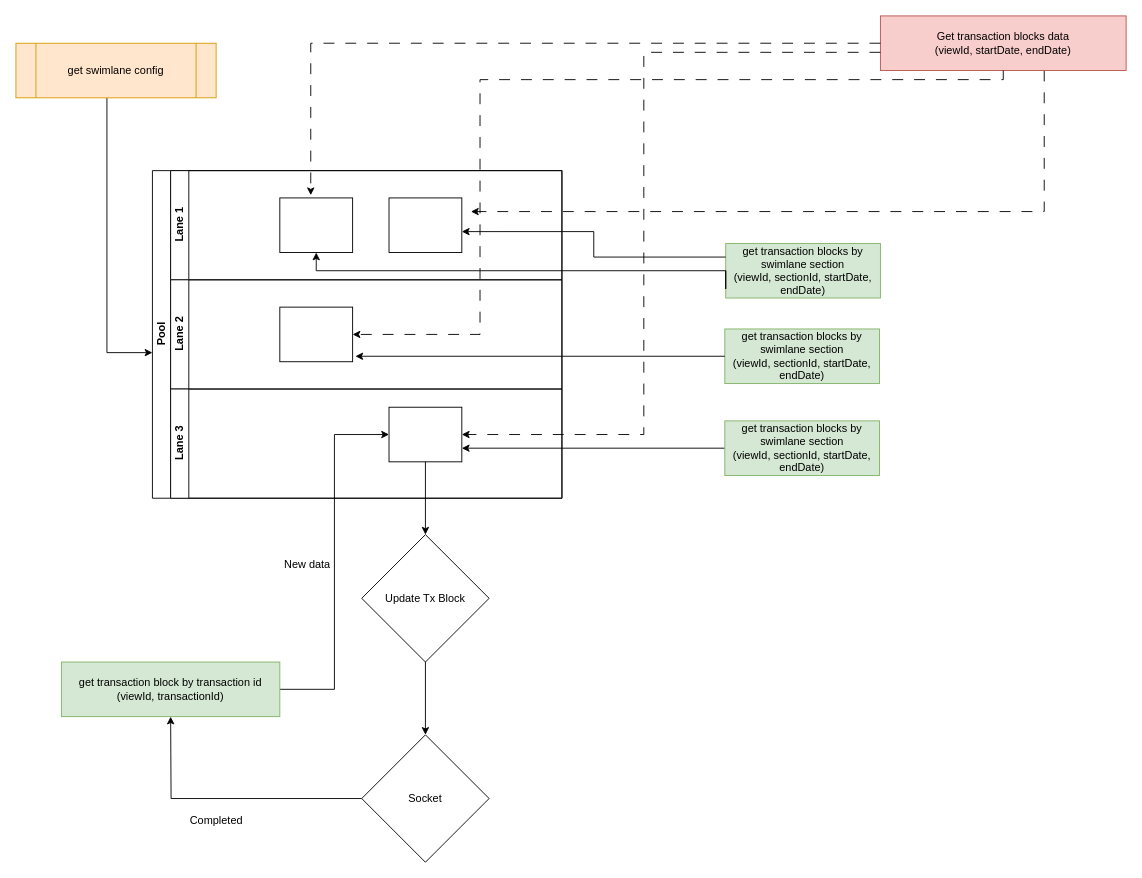
The draw.io diagram Biểu đồ không có tiêu đề.drawio in iambinhnpt/iambinhnpt, before the edit. Source tidied: cells renumbered, new cells numbered last; positions are measured from the earlier drawing's top-left corner, leaving out a move shared by most shapes. Both pictures are drawn from the tidied source at 91%, with x=0, y=0 at pixel (15, 15).
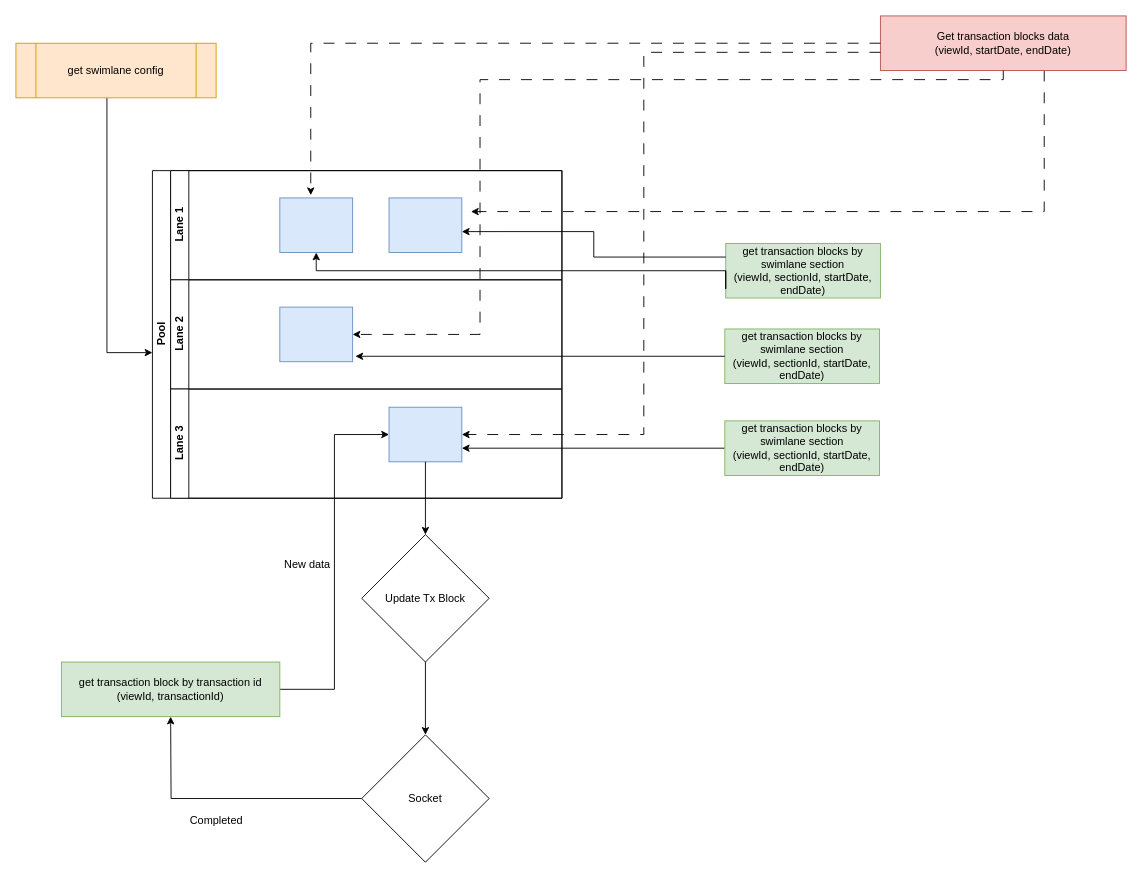
After the change.

Commit message:
Cập nhật Biểu đồ không có tiêu đề.drawio

The change refers to these unchanged cells:
```xml
<mxCell id="3" value="Lane 1" style="swimlane;html=1;startSize=20;horizontal=0;" parent="2" vertex="1">
  <mxGeometry x="20" width="430" height="120" as="geometry" />
</mxCell>
<mxCell id="6" value="Lane 2" style="swimlane;html=1;startSize=20;horizontal=0;" parent="2" vertex="1">
  <mxGeometry x="20" y="120" width="430" height="120" as="geometry" />
</mxCell>
<mxCell id="8" value="Lane 3" style="swimlane;html=1;startSize=20;horizontal=0;" parent="2" vertex="1">
  <mxGeometry x="20" y="240" width="430" height="120" as="geometry" />
</mxCell>
```

Change to the diagram source:
```diff
@@
-    <mxCell id="4" style="rounded=0;whiteSpace=wrap;html=1;fontFamily=Helvetica;fontSize=12;fontColor=#000000;align=center;" parent="3" vertex="1">
+    <mxCell id="4" style="rounded=0;whiteSpace=wrap;html=1;fontFamily=Helvetica;fontSize=12;align=center;fillColor=#dae8fc;strokeColor=#6c8ebf;" parent="3" vertex="1">
       <mxGeometry x="120" y="30" width="80" height="60" as="geometry" />
     </mxCell>
-    <mxCell id="5" style="rounded=0;whiteSpace=wrap;html=1;fontFamily=Helvetica;fontSize=12;fontColor=#000000;align=center;" parent="3" vertex="1">
+    <mxCell id="5" style="rounded=0;whiteSpace=wrap;html=1;fontFamily=Helvetica;fontSize=12;align=center;fillColor=#dae8fc;strokeColor=#6c8ebf;" parent="3" vertex="1">
       <mxGeometry x="240" y="30" width="80" height="60" as="geometry" />
     </mxCell>
@@
-    <mxCell id="7" style="rounded=0;whiteSpace=wrap;html=1;fontFamily=Helvetica;fontSize=12;fontColor=#000000;align=center;" parent="6" vertex="1">
+    <mxCell id="7" style="rounded=0;whiteSpace=wrap;html=1;fontFamily=Helvetica;fontSize=12;align=center;fillColor=#dae8fc;strokeColor=#6c8ebf;" parent="6" vertex="1">
       <mxGeometry x="120" y="30" width="80" height="60" as="geometry" />
     </mxCell>
@@
-    <mxCell id="9" style="rounded=0;whiteSpace=wrap;html=1;fontFamily=Helvetica;fontSize=12;fontColor=#000000;align=center;" parent="8" vertex="1">
+    <mxCell id="9" style="rounded=0;whiteSpace=wrap;html=1;fontFamily=Helvetica;fontSize=12;align=center;fillColor=#dae8fc;strokeColor=#6c8ebf;" parent="8" vertex="1">
       <mxGeometry x="240" y="20" width="80" height="60" as="geometry" />
     </mxCell>
```
